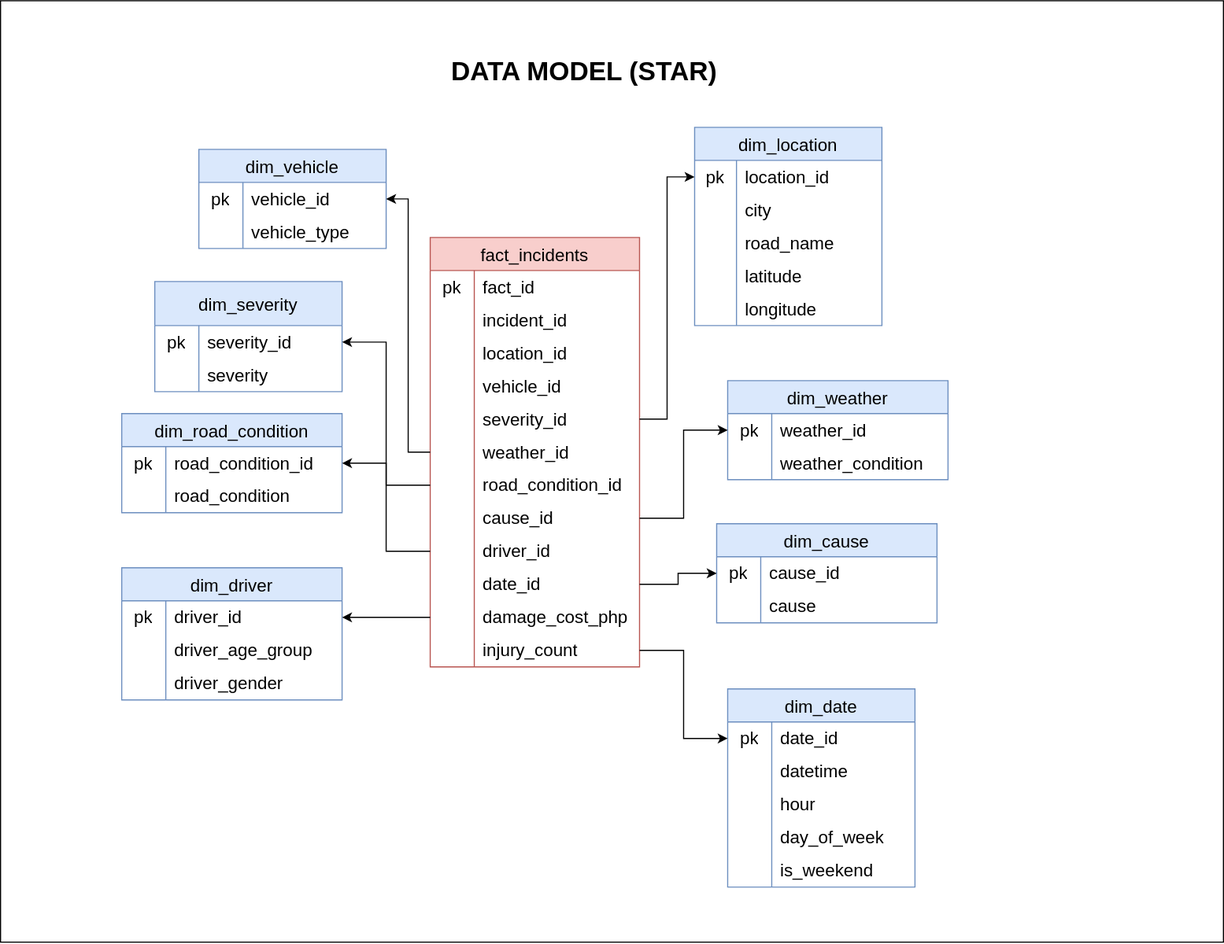
The draw.io diagram Data Model.svg in regret546/metro-manila-traffic-data-platform, before a commit. Source tidied: cells renumbered, new cells last; positions are measured from the earlier drawing's top-left corner, leaving out a move shared by most shapes.
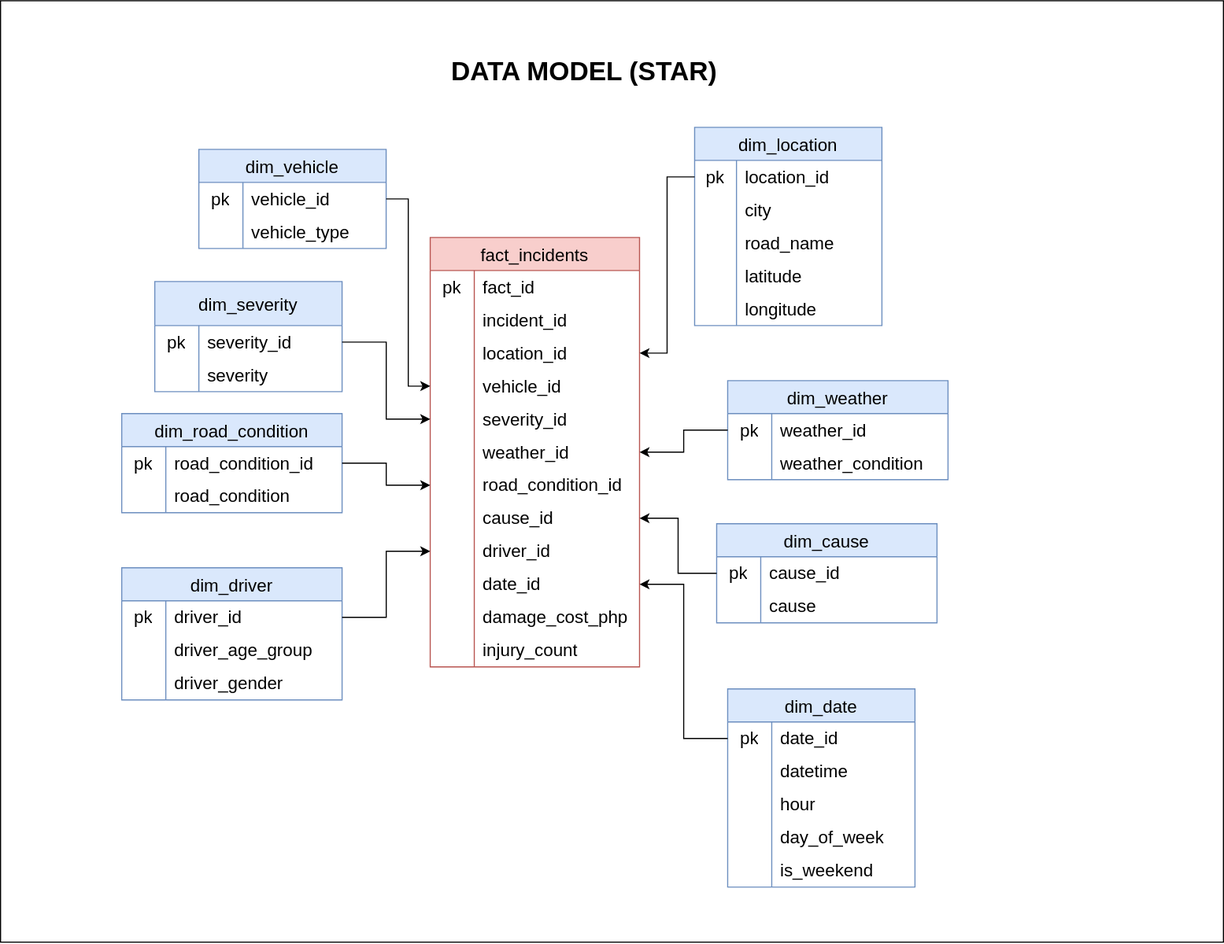
Above is the later version.

The edit, as a diff of the source:
```diff
@@ -170,9 +170,6 @@
     <mxCell id="57" value="longitude" style="shape=partialRectangle;html=1;whiteSpace=wrap;fillColor=none;top=0;left=0;bottom=0;right=0;align=left;spacingLeft=6;overflow=hidden;strokeColor=inherit;fontSize=16;" parent="55" vertex="1">
       <mxGeometry x="38" width="132" height="30" as="geometry" />
     </mxCell>
-    <mxCell id="58" style="edgeStyle=orthogonalEdgeStyle;rounded=0;jettySize=auto;html=1;entryX=0;entryY=0.5;entryDx=0;entryDy=0;" parent="3" edge="1" source="18" target="43">
-      <mxGeometry relative="1" as="geometry" />
-    </mxCell>
     <mxCell id="59" value="dim_vehicle" style="shape=table;startSize=30;rowLines=0;fontStyle=0;strokeColor=#6c8ebf;fontSize=16;fillColor=#dae8fc;" parent="3" vertex="1">
       <mxGeometry x="70" y="90" width="170" height="90" as="geometry" />
     </mxCell>
@@ -194,9 +191,6 @@
     <mxCell id="65" value="vehicle_type" style="shape=partialRectangle;html=1;whiteSpace=wrap;fillColor=none;top=0;left=0;bottom=0;right=0;align=left;spacingLeft=6;overflow=hidden;strokeColor=inherit;fontSize=16;" parent="63" vertex="1">
       <mxGeometry x="40" width="130" height="30" as="geometry" />
     </mxCell>
-    <mxCell id="66" style="edgeStyle=orthogonalEdgeStyle;rounded=0;jettySize=auto;html=1;entryX=1;entryY=0.5;entryDx=0;entryDy=0;" parent="3" edge="1" source="21" target="60">
-      <mxGeometry relative="1" as="geometry" />
-    </mxCell>
     <mxCell id="67" value="dim_severity" style="shape=table;startSize=40;rowLines=0;fontStyle=0;strokeColor=#6c8ebf;fontSize=16;fillColor=#dae8fc;" parent="3" vertex="1">
       <mxGeometry x="30" y="210" width="170" height="100" as="geometry" />
     </mxCell>
@@ -218,9 +212,6 @@
     <mxCell id="73" value="severity" style="shape=partialRectangle;html=1;whiteSpace=wrap;fillColor=none;top=0;left=0;bottom=0;right=0;align=left;spacingLeft=6;overflow=hidden;strokeColor=inherit;fontSize=16;" parent="71" vertex="1">
       <mxGeometry x="40" width="130" height="30" as="geometry" />
     </mxCell>
-    <mxCell id="74" style="edgeStyle=orthogonalEdgeStyle;rounded=0;jettySize=auto;html=1;" parent="3" edge="1" source="24" target="68">
-      <mxGeometry relative="1" as="geometry" />
-    </mxCell>
     <mxCell id="75" value="dim_weather" style="shape=table;startSize=30;rowLines=0;fontStyle=0;strokeColor=#6c8ebf;fontSize=16;fillColor=#dae8fc;" parent="3" vertex="1">
       <mxGeometry x="550" y="300" width="200" height="90" as="geometry" />
     </mxCell>
@@ -242,9 +233,6 @@
     <mxCell id="81" value="weather_condition" style="shape=partialRectangle;html=1;whiteSpace=wrap;fillColor=none;top=0;left=0;bottom=0;right=0;align=left;spacingLeft=6;overflow=hidden;strokeColor=inherit;fontSize=16;" parent="79" vertex="1">
       <mxGeometry x="40" width="160" height="30" as="geometry" />
     </mxCell>
-    <mxCell id="82" style="edgeStyle=orthogonalEdgeStyle;rounded=0;jettySize=auto;html=1;entryX=0;entryY=0.5;entryDx=0;entryDy=0;" parent="3" edge="1" source="27" target="76">
-      <mxGeometry relative="1" as="geometry" />
-    </mxCell>
     <mxCell id="83" value="dim_road_condition" style="shape=table;startSize=30;rowLines=0;fontStyle=0;strokeColor=#6c8ebf;fontSize=16;fillColor=#dae8fc;" parent="3" vertex="1">
       <mxGeometry y="330" width="200" height="90" as="geometry" />
     </mxCell>
@@ -266,9 +254,6 @@
     <mxCell id="89" value="road_condition" style="shape=partialRectangle;html=1;whiteSpace=wrap;fillColor=none;top=0;left=0;bottom=0;right=0;align=left;spacingLeft=6;overflow=hidden;strokeColor=inherit;fontSize=16;" parent="87" vertex="1">
       <mxGeometry x="40" width="160" height="30" as="geometry" />
     </mxCell>
-    <mxCell id="90" style="edgeStyle=orthogonalEdgeStyle;rounded=0;jettySize=auto;html=1;entryX=1;entryY=0.5;entryDx=0;entryDy=0;" parent="3" edge="1" source="30" target="84">
-      <mxGeometry relative="1" as="geometry" />
-    </mxCell>
     <mxCell id="91" value="dim_cause" style="shape=table;startSize=30;rowLines=0;fontStyle=0;strokeColor=#6c8ebf;fontSize=16;fillColor=#dae8fc;" parent="3" vertex="1">
       <mxGeometry x="540" y="430" width="200" height="90" as="geometry" />
     </mxCell>
@@ -290,9 +275,6 @@
     <mxCell id="97" value="cause" style="shape=partialRectangle;html=1;whiteSpace=wrap;fillColor=none;top=0;left=0;bottom=0;right=0;align=left;spacingLeft=6;overflow=hidden;strokeColor=inherit;fontSize=16;" parent="95" vertex="1">
       <mxGeometry x="40" width="160" height="30" as="geometry" />
     </mxCell>
-    <mxCell id="98" style="edgeStyle=orthogonalEdgeStyle;rounded=0;jettySize=auto;html=1;entryX=0;entryY=0.5;entryDx=0;entryDy=0;" parent="3" edge="1" source="33" target="92">
-      <mxGeometry relative="1" as="geometry" />
-    </mxCell>
     <mxCell id="99" value="dim_driver" style="shape=table;startSize=30;rowLines=0;fontStyle=0;strokeColor=#6c8ebf;fontSize=16;fillColor=#dae8fc;" parent="3" vertex="1">
       <mxGeometry y="470" width="200" height="120" as="geometry" />
     </mxCell>
@@ -323,9 +305,6 @@
     <mxCell id="108" value="driver_gender" style="shape=partialRectangle;html=1;whiteSpace=wrap;fillColor=none;top=0;left=0;bottom=0;right=0;align=left;spacingLeft=6;overflow=hidden;strokeColor=inherit;fontSize=16;" parent="106" vertex="1">
       <mxGeometry x="40" width="160" height="30" as="geometry" />
     </mxCell>
-    <mxCell id="109" style="edgeStyle=orthogonalEdgeStyle;rounded=0;jettySize=auto;html=1;entryX=1;entryY=0.5;entryDx=0;entryDy=0;" parent="3" edge="1" source="36" target="100">
-      <mxGeometry relative="1" as="geometry" />
-    </mxCell>
     <mxCell id="110" value="dim_date" style="shape=table;startSize=30;rowLines=0;fontStyle=0;strokeColor=#6c8ebf;fontSize=16;fillColor=#dae8fc;" parent="3" vertex="1">
       <mxGeometry x="550" y="580" width="170" height="180" as="geometry" />
     </mxCell>
@@ -374,8 +353,29 @@
     <mxCell id="125" value="is_weekend" style="shape=partialRectangle;html=1;whiteSpace=wrap;fillColor=none;top=0;left=0;bottom=0;right=0;align=left;spacingLeft=6;overflow=hidden;strokeColor=inherit;fontSize=16;" parent="123" vertex="1">
       <mxGeometry x="40" width="130" height="30" as="geometry" />
     </mxCell>
-    <mxCell id="126" style="edgeStyle=orthogonalEdgeStyle;rounded=0;jettySize=auto;html=1;entryX=0;entryY=0.5;entryDx=0;entryDy=0;" parent="3" edge="1" source="39" target="111">
-      <mxGeometry relative="1" as="geometry" />
-    </mxCell>
+    <mxCell id="127" style="edgeStyle=orthogonalEdgeStyle;rounded=0;jettySize=auto;html=1;entryX=0;entryY=0.5;entryDx=0;entryDy=0;" parent="3" edge="1" source="60" target="15">
+      <mxGeometry relative="1" as="geometry" />
+    </mxCell>
+    <mxCell id="128" style="edgeStyle=orthogonalEdgeStyle;rounded=0;jettySize=auto;html=1;entryX=1;entryY=0.5;entryDx=0;entryDy=0;" parent="3" edge="1" source="43" target="12">
+      <mxGeometry relative="1" as="geometry" />
+    </mxCell>
+    <mxCell id="129" style="edgeStyle=orthogonalEdgeStyle;rounded=0;jettySize=auto;html=1;entryX=0;entryY=0.5;entryDx=0;entryDy=0;" parent="3" edge="1" source="68" target="18">
+      <mxGeometry relative="1" as="geometry" />
+    </mxCell>
+    <mxCell id="130" style="edgeStyle=orthogonalEdgeStyle;rounded=0;jettySize=auto;html=1;entryX=1;entryY=0.5;entryDx=0;entryDy=0;" parent="3" edge="1" source="76" target="21">
+      <mxGeometry relative="1" as="geometry" />
+    </mxCell>
+    <mxCell id="131" style="edgeStyle=orthogonalEdgeStyle;rounded=0;jettySize=auto;html=1;entryX=0;entryY=0.5;entryDx=0;entryDy=0;" parent="3" edge="1" source="84" target="24">
+      <mxGeometry relative="1" as="geometry" />
+    </mxCell>
+    <mxCell id="132" style="edgeStyle=orthogonalEdgeStyle;rounded=0;jettySize=auto;html=1;entryX=1;entryY=0.5;entryDx=0;entryDy=0;" parent="3" edge="1" source="92" target="27">
+      <mxGeometry relative="1" as="geometry" />
+    </mxCell>
+    <mxCell id="133" style="edgeStyle=orthogonalEdgeStyle;rounded=0;jettySize=auto;html=1;" parent="3" edge="1" source="100" target="30">
+      <mxGeometry relative="1" as="geometry" />
+    </mxCell>
+    <mxCell id="134" style="edgeStyle=orthogonalEdgeStyle;rounded=0;jettySize=auto;html=1;entryX=1;entryY=0.5;entryDx=0;entryDy=0;" parent="3" edge="1" source="111" target="33">
+      <mxGeometry relative="1" as="geometry" />
+    </mxCell>
   </root>
 </mxGraphModel>
```
